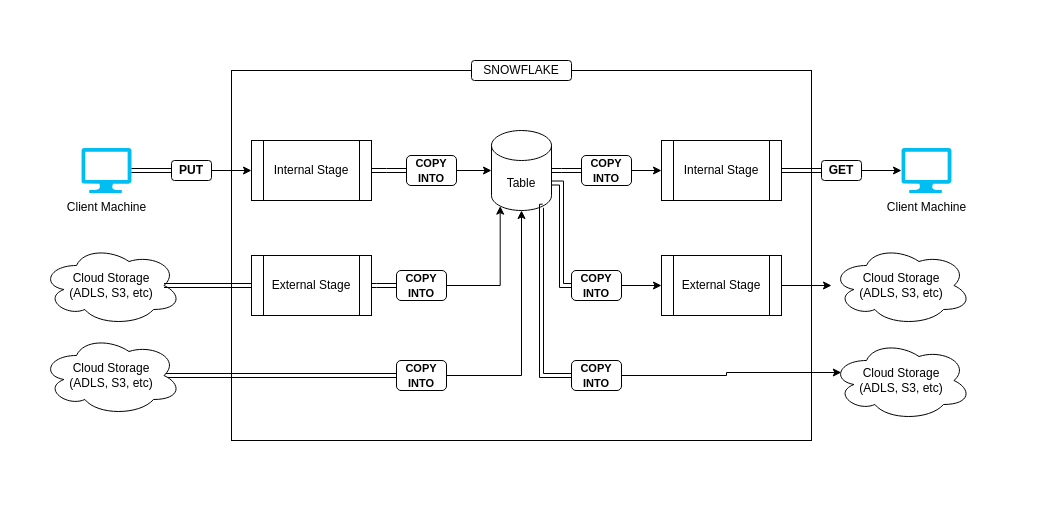
The draw.io diagram Untitled Diagram.drawio in sudeepkumar10x/draw.io, before the edit. Source tidied: cells renumbered, new cells numbered last; positions are measured from the earlier drawing's top-left corner, leaving out a move shared by most shapes. Both pictures are drawn from the tidied source at 100%, with x=0, y=0 at pixel (41, 50).
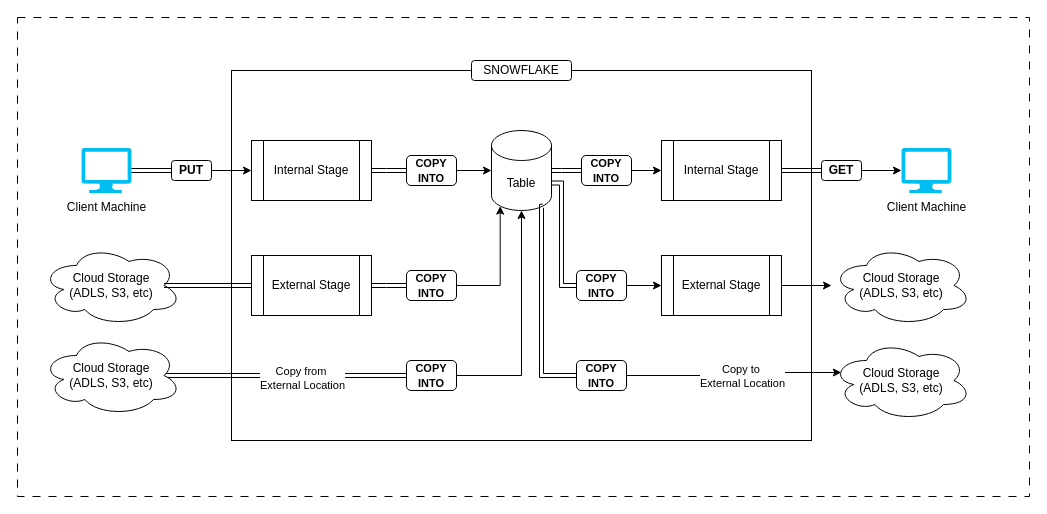
The same diagram, later.

Unchanged cells that the change refers to:
```xml
<mxCell id="2" style="group;" parent="1" vertex="1">
  <mxGeometry x="190" width="740" height="370" as="geometry" />
</mxCell>
<mxCell id="13" style="edgeStyle=orthogonalEdgeStyle;rounded=0;jettySize=auto;html=1;shape=link;exitX=0.875;exitY=0.5;exitDx=0;exitDy=0;exitPerimeter=0;" parent="2" edge="1" source="14" target="11">
  <mxGeometry relative="1" as="geometry" />
</mxCell>
<mxCell id="15" style="edgeStyle=orthogonalEdgeStyle;rounded=0;jettySize=auto;html=1;entryX=0.07;entryY=0.4;entryDx=0;entryDy=0;entryPerimeter=0;" parent="2" edge="1" source="12" target="16">
  <mxGeometry relative="1" as="geometry" />
</mxCell>
```

What changed in the source:
```diff
@@
+    <mxCell id="42" style="rounded=0;whiteSpace=wrap;html=1;dashed=1;dashPattern=8 8;strokeWidth=1;" parent="1" vertex="1">
+      <mxGeometry x="-24" y="-33" width="1012" height="479" as="geometry" />
+    </mxCell>
@@
     <mxCell id="5" value="&lt;b&gt;&lt;font style=&quot;font-size: 11px;&quot;&gt;COPY INTO&lt;/font&gt;&lt;/b&gt;" style="rounded=1;whiteSpace=wrap;html=1;" parent="2" vertex="1">
-      <mxGeometry x="165" y="220" width="50" height="30" as="geometry" />
+      <mxGeometry x="175" y="220" width="50" height="30" as="geometry" />
     </mxCell>
     <mxCell id="6" value="&lt;b&gt;&lt;font style=&quot;font-size: 11px;&quot;&gt;COPY INTO&lt;/font&gt;&lt;/b&gt;" style="rounded=1;whiteSpace=wrap;html=1;" parent="2" vertex="1">
-      <mxGeometry x="340" y="220" width="50" height="30" as="geometry" />
+      <mxGeometry x="345" y="220" width="50" height="30" as="geometry" />
     </mxCell>
@@
     <mxCell id="11" value="&lt;b&gt;&lt;font style=&quot;font-size: 11px;&quot;&gt;COPY INTO&lt;/font&gt;&lt;/b&gt;" style="rounded=1;whiteSpace=wrap;html=1;" parent="2" vertex="1">
-      <mxGeometry x="165" y="310" width="50" height="30" as="geometry" />
+      <mxGeometry x="175" y="310" width="50" height="30" as="geometry" />
     </mxCell>
     <mxCell id="12" value="&lt;b&gt;&lt;font style=&quot;font-size: 11px;&quot;&gt;COPY INTO&lt;/font&gt;&lt;/b&gt;" style="rounded=1;whiteSpace=wrap;html=1;" parent="2" vertex="1">
-      <mxGeometry x="340" y="310" width="50" height="30" as="geometry" />
+      <mxGeometry x="345" y="310" width="50" height="30" as="geometry" />
     </mxCell>
@@
+    <mxCell id="43" value="Copy from&amp;nbsp;&lt;div&gt;External Location&lt;/div&gt;" style="edgeLabel;html=1;align=center;verticalAlign=middle;" parent="13" vertex="1">
+      <mxGeometry x="0.14" y="-2" relative="1" as="geometry" />
+    </mxCell>
@@
+    <mxCell id="44" value="Copy to&amp;nbsp;&lt;div&gt;External Location&lt;/div&gt;" style="edgeLabel;html=1;align=center;verticalAlign=middle;" parent="15" vertex="1">
+      <mxGeometry x="0.08" y="-3" relative="1" as="geometry" />
+    </mxCell>
```
